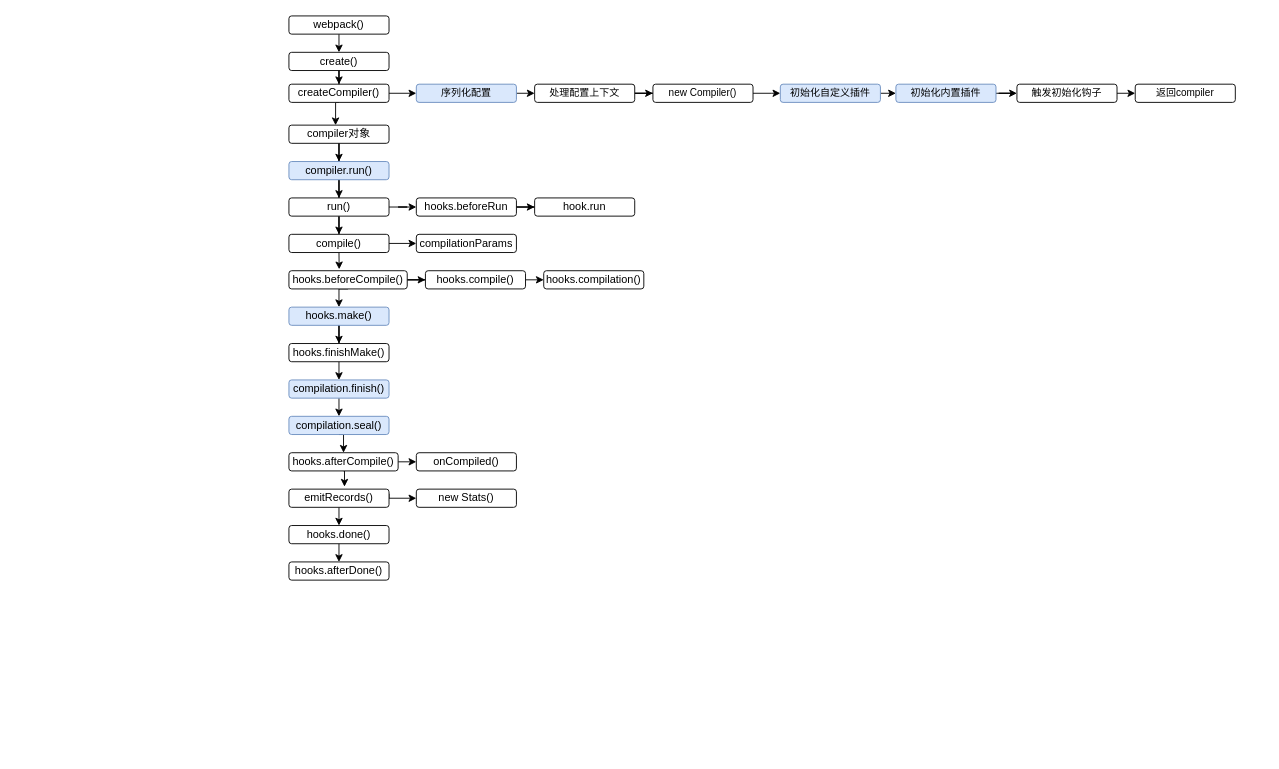
Before: src/webpack流程.drawio in AMSC30/webpack-practise, a draw.io diagram. Source tidied: cells renumbered, new cells numbered last; positions are measured from the earlier drawing's top-left corner, leaving out a move shared by most shapes. Both pictures are drawn from the tidied source at 91%, with x=0, y=0 at pixel (288, 15).
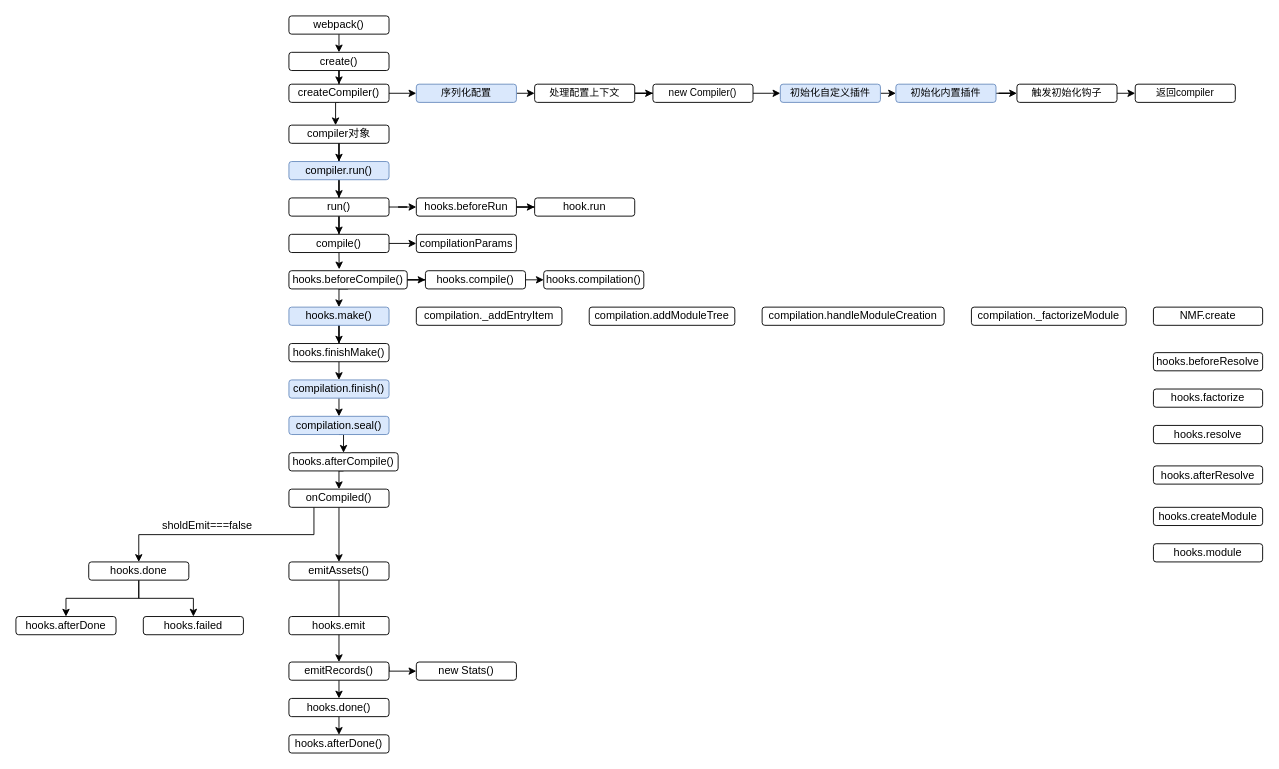
Above is the later version.

Unchanged cells that the change refers to:
```xml
<mxCell id="51" value="hooks.afterCompile()" style="rounded=1;verticalAlign=middle;whiteSpace=wrap;html=1;" parent="1" vertex="1">
  <mxGeometry y="480" width="120" height="20" as="geometry" />
</mxCell>
```

Diff of the diagram source:
```diff
@@
-    <mxCell id="49" style="edgeStyle=orthogonalEdgeStyle;rounded=0;jettySize=auto;html=1;exitX=1;exitY=0.5;exitDx=0;exitDy=0;entryX=0;entryY=0.5;entryDx=0;entryDy=0;fontSize=11;" parent="1" edge="1" source="51" target="52">
+    <mxCell id="49" style="edgeStyle=orthogonalEdgeStyle;rounded=0;jettySize=auto;html=1;exitX=0.5;exitY=1;exitDx=0;exitDy=0;entryX=0.5;entryY=0;entryDx=0;entryDy=0;" parent="1" edge="1" source="51" target="52">
       <mxGeometry relative="1" as="geometry" />
     </mxCell>
-    <mxCell id="50" style="edgeStyle=orthogonalEdgeStyle;rounded=0;jettySize=auto;html=1;exitX=0.5;exitY=1;exitDx=0;exitDy=0;entryX=0.555;entryY=-0.136;entryDx=0;entryDy=0;entryPerimeter=0;fontSize=11;" parent="1" edge="1" source="51" target="55">
-      <mxGeometry relative="1" as="geometry" />
-    </mxCell>
@@
+    <mxCell id="61" style="edgeStyle=orthogonalEdgeStyle;rounded=0;jettySize=auto;html=1;exitX=0.25;exitY=1;exitDx=0;exitDy=0;entryX=0.5;entryY=0;entryDx=0;entryDy=0;" parent="1" edge="1" source="52" target="65">
+      <mxGeometry relative="1" as="geometry" />
+    </mxCell>
+    <mxCell id="62" style="edgeStyle=orthogonalEdgeStyle;rounded=0;jettySize=auto;html=1;exitX=0.5;exitY=1;exitDx=0;exitDy=0;entryX=0.5;entryY=0;entryDx=0;entryDy=0;" parent="1" edge="1" source="52" target="69">
+      <mxGeometry relative="1" as="geometry" />
+    </mxCell>
     <mxCell id="52" value="onCompiled()" style="rounded=1;verticalAlign=middle;whiteSpace=wrap;html=1;" parent="1" vertex="1">
-      <mxGeometry x="140" y="480" width="110" height="20" as="geometry" />
+      <mxGeometry y="520" width="110" height="20" as="geometry" />
     </mxCell>
     <mxCell id="53" style="edgeStyle=orthogonalEdgeStyle;rounded=0;jettySize=auto;html=1;exitX=1;exitY=0.25;exitDx=0;exitDy=0;entryX=0;entryY=0.5;entryDx=0;entryDy=0;fontSize=11;" parent="1" edge="1" source="55" target="56">
       <mxGeometry relative="1" as="geometry">
         <Array as="points">
-          <mxPoint x="110" y="530" />
+          <mxPoint x="110" y="720" />
         </Array>
       </mxGeometry>
     </mxCell>
@@
     <mxCell id="55" value="emitRecords()" style="rounded=1;verticalAlign=middle;whiteSpace=wrap;html=1;" parent="1" vertex="1">
-      <mxGeometry y="520" width="110" height="20" as="geometry" />
+      <mxGeometry y="710" width="110" height="20" as="geometry" />
     </mxCell>
     <mxCell id="56" value="new Stats()" style="rounded=1;verticalAlign=middle;whiteSpace=wrap;html=1;" parent="1" vertex="1">
-      <mxGeometry x="140" y="520" width="110" height="20" as="geometry" />
+      <mxGeometry x="140" y="710" width="110" height="20" as="geometry" />
     </mxCell>
@@
     <mxCell id="58" value="hooks.done()" style="rounded=1;verticalAlign=middle;whiteSpace=wrap;html=1;" parent="1" vertex="1">
-      <mxGeometry y="560" width="110" height="20" as="geometry" />
+      <mxGeometry y="750" width="110" height="20" as="geometry" />
     </mxCell>
     <mxCell id="59" value="hooks.afterDone()" style="rounded=1;verticalAlign=middle;whiteSpace=wrap;html=1;" parent="1" vertex="1">
-      <mxGeometry y="600" width="110" height="20" as="geometry" />
+      <mxGeometry y="790" width="110" height="20" as="geometry" />
     </mxCell>
@@
+    <mxCell id="63" style="edgeStyle=orthogonalEdgeStyle;rounded=0;jettySize=auto;html=1;exitX=0.5;exitY=1;exitDx=0;exitDy=0;" parent="1" edge="1" source="65" target="67">
+      <mxGeometry relative="1" as="geometry" />
+    </mxCell>
+    <mxCell id="64" style="edgeStyle=orthogonalEdgeStyle;rounded=0;jettySize=auto;html=1;exitX=0.5;exitY=1;exitDx=0;exitDy=0;" parent="1" edge="1" source="65" target="66">
+      <mxGeometry relative="1" as="geometry" />
+    </mxCell>
+    <mxCell id="65" value="hooks.done" style="rounded=1;verticalAlign=middle;whiteSpace=wrap;html=1;" parent="1" vertex="1">
+      <mxGeometry x="-220" y="600" width="110" height="20" as="geometry" />
+    </mxCell>
+    <mxCell id="66" value="hooks.failed" style="rounded=1;verticalAlign=middle;whiteSpace=wrap;html=1;" parent="1" vertex="1">
+      <mxGeometry x="-160" y="660" width="110" height="20" as="geometry" />
+    </mxCell>
+    <mxCell id="67" value="hooks.afterDone" style="rounded=1;verticalAlign=middle;whiteSpace=wrap;html=1;" parent="1" vertex="1">
+      <mxGeometry x="-300" y="660" width="110" height="20" as="geometry" />
+    </mxCell>
+    <mxCell id="68" style="edgeStyle=orthogonalEdgeStyle;rounded=0;jettySize=auto;html=1;exitX=0.5;exitY=1;exitDx=0;exitDy=0;entryX=0.5;entryY=0;entryDx=0;entryDy=0;" parent="1" edge="1" source="69" target="55">
+      <mxGeometry relative="1" as="geometry" />
+    </mxCell>
+    <mxCell id="69" value="emitAssets()" style="rounded=1;verticalAlign=middle;whiteSpace=wrap;html=1;" parent="1" vertex="1">
+      <mxGeometry y="600" width="110" height="20" as="geometry" />
+    </mxCell>
+    <mxCell id="70" value="sholdEmit===false" style="text;html=1;align=center;verticalAlign=middle;strokeColor=none;fillColor=none;" parent="1" vertex="1">
+      <mxGeometry x="-150" y="545" width="120" height="30" as="geometry" />
+    </mxCell>
+    <mxCell id="71" value="hooks.emit" style="rounded=1;verticalAlign=middle;whiteSpace=wrap;html=1;" parent="1" vertex="1">
+      <mxGeometry y="660" width="110" height="20" as="geometry" />
+    </mxCell>
+    <mxCell id="72" value="compilation._addEntryItem" style="rounded=1;verticalAlign=middle;whiteSpace=wrap;html=1;" parent="1" vertex="1">
+      <mxGeometry x="140" y="320" width="160" height="20" as="geometry" />
+    </mxCell>
+    <mxCell id="73" value="compilation.addModuleTree" style="rounded=1;verticalAlign=middle;whiteSpace=wrap;html=1;" parent="1" vertex="1">
+      <mxGeometry x="330" y="320" width="160" height="20" as="geometry" />
+    </mxCell>
+    <mxCell id="74" value="compilation.handleModuleCreation" style="rounded=1;verticalAlign=middle;whiteSpace=wrap;html=1;" parent="1" vertex="1">
+      <mxGeometry x="520" y="320" width="200" height="20" as="geometry" />
+    </mxCell>
+    <mxCell id="75" value="compilation._factorizeModule" style="rounded=1;verticalAlign=middle;whiteSpace=wrap;html=1;" parent="1" vertex="1">
+      <mxGeometry x="750" y="320" width="170" height="20" as="geometry" />
+    </mxCell>
+    <mxCell id="76" value="NMF.create" style="rounded=1;verticalAlign=middle;whiteSpace=wrap;html=1;" parent="1" vertex="1">
+      <mxGeometry x="950" y="320" width="120" height="20" as="geometry" />
+    </mxCell>
+    <mxCell id="77" value="hooks.beforeResolve" style="rounded=1;verticalAlign=middle;whiteSpace=wrap;html=1;" parent="1" vertex="1">
+      <mxGeometry x="950" y="370" width="120" height="20" as="geometry" />
+    </mxCell>
+    <mxCell id="78" value="hooks.factorize" style="rounded=1;verticalAlign=middle;whiteSpace=wrap;html=1;" parent="1" vertex="1">
+      <mxGeometry x="950" y="410" width="120" height="20" as="geometry" />
+    </mxCell>
+    <mxCell id="79" value="hooks.resolve" style="rounded=1;verticalAlign=middle;whiteSpace=wrap;html=1;" parent="1" vertex="1">
+      <mxGeometry x="950" y="450" width="120" height="20" as="geometry" />
+    </mxCell>
+    <mxCell id="80" value="hooks.afterResolve" style="rounded=1;verticalAlign=middle;whiteSpace=wrap;html=1;" parent="1" vertex="1">
+      <mxGeometry x="950" y="494.5" width="120" height="20" as="geometry" />
+    </mxCell>
+    <mxCell id="81" value="hooks.createModule" style="rounded=1;verticalAlign=middle;whiteSpace=wrap;html=1;" parent="1" vertex="1">
+      <mxGeometry x="950" y="540" width="120" height="20" as="geometry" />
+    </mxCell>
+    <mxCell id="82" value="hooks.module" style="rounded=1;verticalAlign=middle;whiteSpace=wrap;html=1;" parent="1" vertex="1">
+      <mxGeometry x="950" y="580" width="120" height="20" as="geometry" />
+    </mxCell>
```
